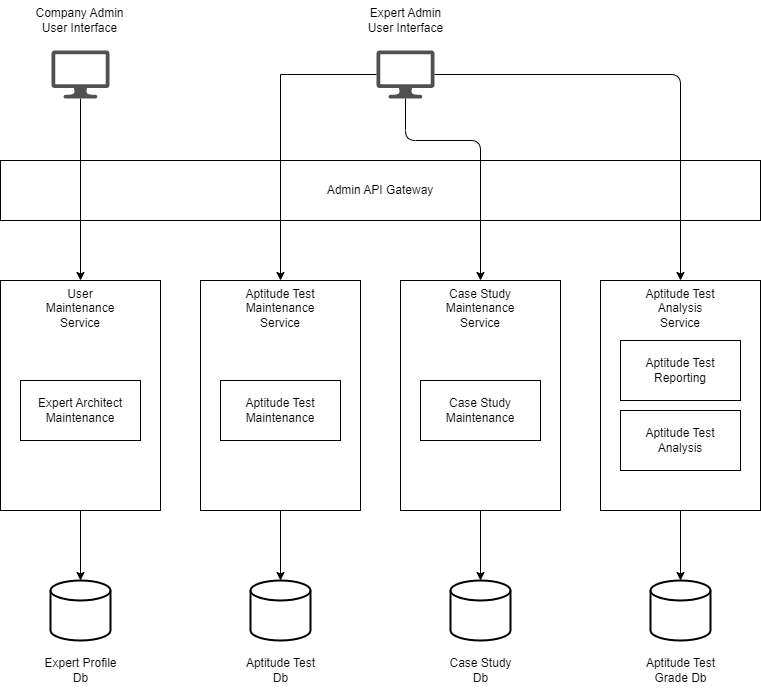
mmat1/skynet-ai-2025 keeps this draw.io diagram as adr/images/Existing Administrative Architecture.drawio.png. Above is the earlier version. Source tidied: cells renumbered, new cells last; positions are measured from the earlier drawing's top-left corner, leaving out a move shared by most shapes.
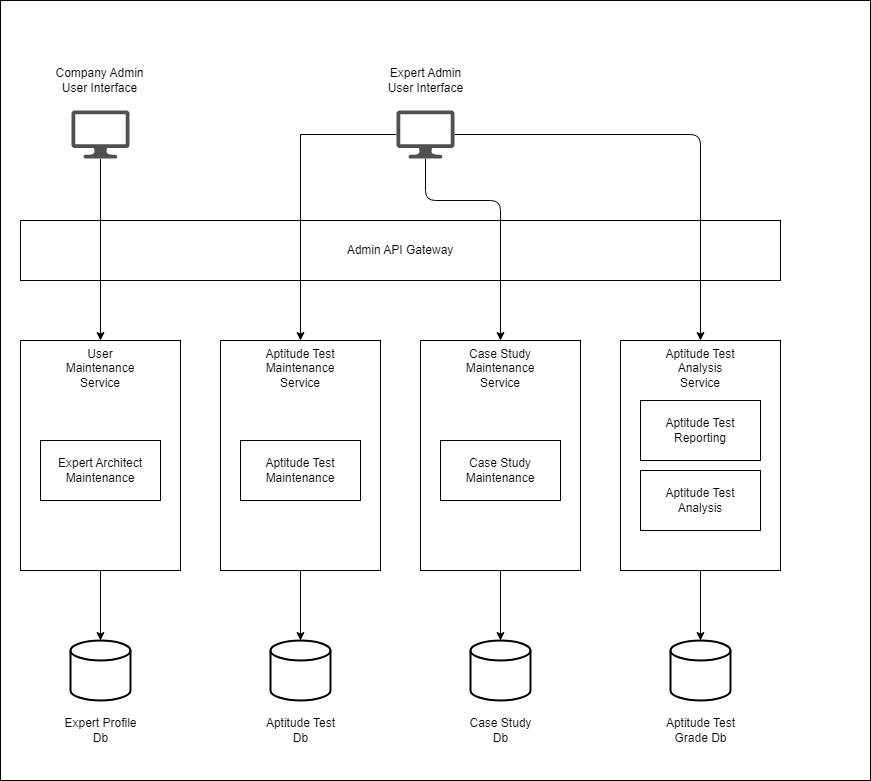
Above is the later version.

Change to the diagram source:
```diff
@@ -2,6 +2,9 @@
   <root>
     <mxCell id="0" />
     <mxCell id="1" parent="0" />
+    <mxCell id="32" style="rounded=0;whiteSpace=wrap;html=1;" parent="1" vertex="1">
+      <mxGeometry x="-20" y="-60" width="870" height="780" as="geometry" />
+    </mxCell>
     <mxCell id="2" value="Admin API Gateway" style="rounded=0;whiteSpace=wrap;html=1;" parent="1" vertex="1">
       <mxGeometry y="160" width="760" height="60" as="geometry" />
     </mxCell>
```
